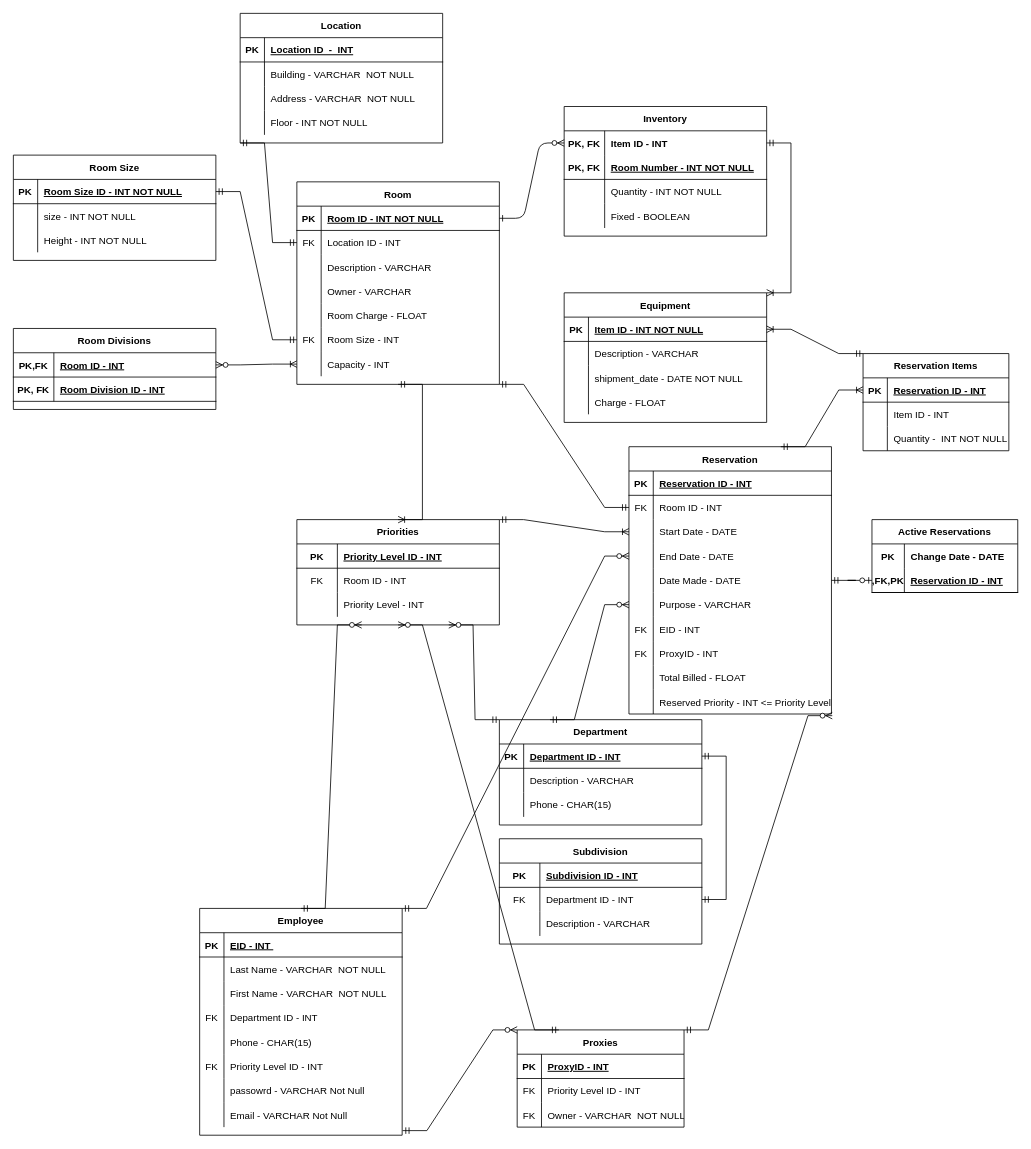
The draw.io diagram Projcet1.drawio in seanjedi/comp-163-database-design-class, before the edit. Source tidied: cells renumbered, new cells numbered last; positions are measured from the earlier drawing's top-left corner, leaving out a move shared by most shapes. Both pictures are drawn from the tidied source at 81%, with x=0, y=0 at pixel (13, 13).
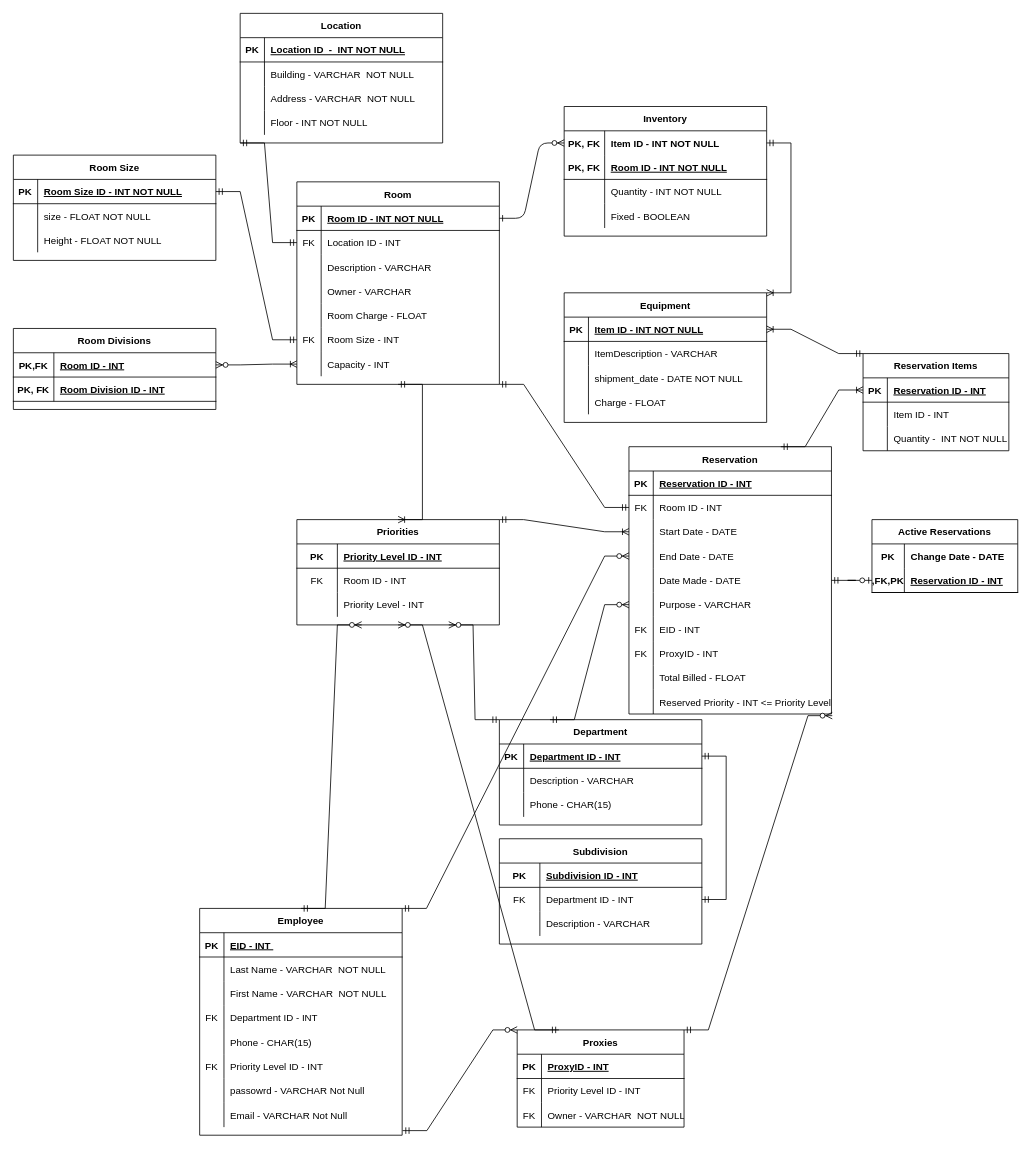
Above is the later version.

Unchanged cells that the change refers to:
```xml
<mxCell id="4" style="shape=partialRectangle;fillColor=none;points=[[0,0.5],[1,0.5]];portConstraint=eastwest;top=0;left=0;right=0;bottom=0;" parent="3" vertex="1">
  <mxGeometry y="30" width="250" height="30" as="geometry" />
</mxCell>
<mxCell id="7" style="shape=partialRectangle;fillColor=none;top=0;left=0;right=0;bottom=1;" parent="3" vertex="1">
  <mxGeometry y="60" width="250" height="30" as="geometry" />
</mxCell>
<mxCell id="20" style="shape=partialRectangle;fillColor=none;top=0;left=0;right=0;bottom=0;" parent="16" vertex="1">
  <mxGeometry y="60" width="250" height="30" as="geometry" />
</mxCell>
<mxCell id="87" style="shape=partialRectangle;fillColor=none;top=0;left=0;right=0;bottom=1;" parent="86" vertex="1">
  <mxGeometry y="30" width="250" height="30" as="geometry" />
</mxCell>
<mxCell id="125" style="shape=partialRectangle;fillColor=none;top=0;left=0;right=0;bottom=0;" parent="121" vertex="1">
  <mxGeometry y="60" width="250" height="30" as="geometry" />
</mxCell>
<mxCell id="128" style="shape=tableRow;horizontal=0;startSize=0;swimlaneHead=0;swimlaneBody=0;fillColor=none;top=0;left=0;right=0;bottom=0;" parent="121" vertex="1">
  <mxGeometry y="90" width="250" height="30" as="geometry" />
</mxCell>
```

What changed in the source:
```diff
@@
-    <mxCell id="6" value="Item ID - INT" style="shape=partialRectangle;overflow=hidden;fillColor=none;top=0;left=0;bottom=0;right=0;align=left;spacingLeft=6;fontStyle=1;" parent="4" vertex="1">
+    <mxCell id="6" value="Item ID - INT NOT NULL" style="shape=partialRectangle;overflow=hidden;fillColor=none;top=0;left=0;bottom=0;right=0;align=left;spacingLeft=6;fontStyle=1;" parent="4" vertex="1">
       <mxGeometry x="50" width="200" height="30" as="geometry" />
     </mxCell>
@@
-    <mxCell id="9" value="Room Number - INT NOT NULL " style="shape=partialRectangle;overflow=hidden;fillColor=none;top=0;left=0;bottom=0;right=0;align=left;spacingLeft=6;fontStyle=5;" parent="7" vertex="1">
+    <mxCell id="9" value="Room ID - INT NOT NULL " style="shape=partialRectangle;overflow=hidden;fillColor=none;top=0;left=0;bottom=0;right=0;align=left;spacingLeft=6;fontStyle=5;" parent="7" vertex="1">
       <mxGeometry x="50" width="200" height="30" as="geometry" />
     </mxCell>
@@
-    <mxCell id="22" value="Description - VARCHAR" style="shape=partialRectangle;overflow=hidden;fillColor=none;top=0;left=0;bottom=0;right=0;align=left;spacingLeft=6;" parent="20" vertex="1">
+    <mxCell id="22" value="ItemDescription - VARCHAR" style="shape=partialRectangle;overflow=hidden;fillColor=none;top=0;left=0;bottom=0;right=0;align=left;spacingLeft=6;" parent="20" vertex="1">
       <mxGeometry x="30" width="220" height="30" as="geometry" />
     </mxCell>
@@
-    <mxCell id="89" value="Location ID  -  INT" style="shape=partialRectangle;overflow=hidden;fillColor=none;top=0;left=0;bottom=0;right=0;align=left;spacingLeft=6;fontStyle=5;" parent="87" vertex="1">
+    <mxCell id="89" value="Location ID  -  INT NOT NULL" style="shape=partialRectangle;overflow=hidden;fillColor=none;top=0;left=0;bottom=0;right=0;align=left;spacingLeft=6;fontStyle=5;" parent="87" vertex="1">
       <mxGeometry x="30" width="220" height="30" as="geometry" />
     </mxCell>
@@
-    <mxCell id="127" value="size - INT NOT NULL" style="shape=partialRectangle;overflow=hidden;fillColor=none;top=0;left=0;bottom=0;right=0;align=left;spacingLeft=6;" parent="125" vertex="1">
+    <mxCell id="127" value="size - FLOAT NOT NULL" style="shape=partialRectangle;overflow=hidden;fillColor=none;top=0;left=0;bottom=0;right=0;align=left;spacingLeft=6;" parent="125" vertex="1">
       <mxGeometry x="30" width="220" height="30" as="geometry" />
     </mxCell>
@@
-    <mxCell id="130" value="Height - INT NOT NULL" style="shape=partialRectangle;fillColor=none;top=0;left=0;bottom=0;right=0;align=left;spacingLeft=6;overflow=hidden;" parent="128" vertex="1">
+    <mxCell id="130" value="Height - FLOAT NOT NULL" style="shape=partialRectangle;fillColor=none;top=0;left=0;bottom=0;right=0;align=left;spacingLeft=6;overflow=hidden;" parent="128" vertex="1">
       <mxGeometry x="30" width="220" height="30" as="geometry" />
     </mxCell>
```
